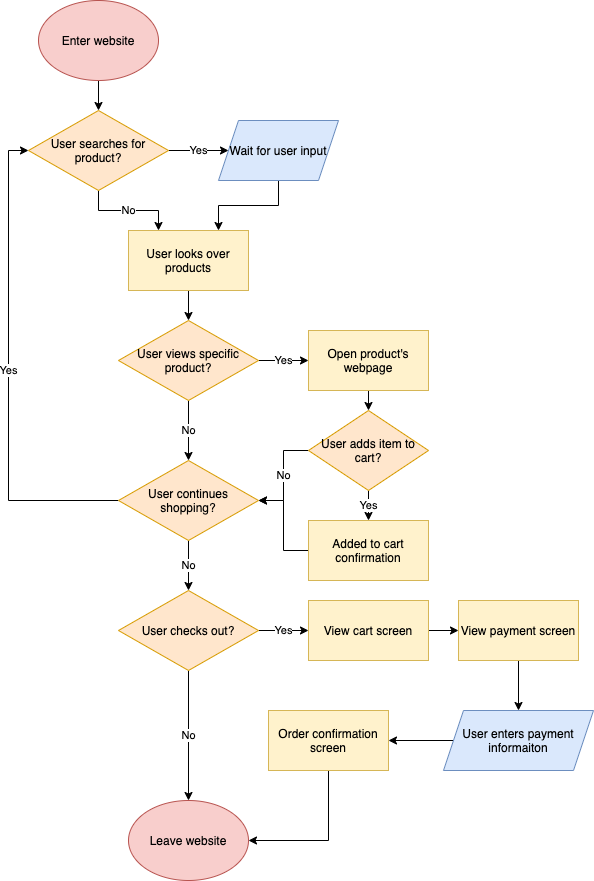
Earlier version of the draw.io export part2/part2.drawio.png (nwilliso/sp21-cse110-lab4). Source tidied: cells renumbered, new cells last; positions are measured from the earlier drawing's top-left corner, leaving out a move shared by most shapes.
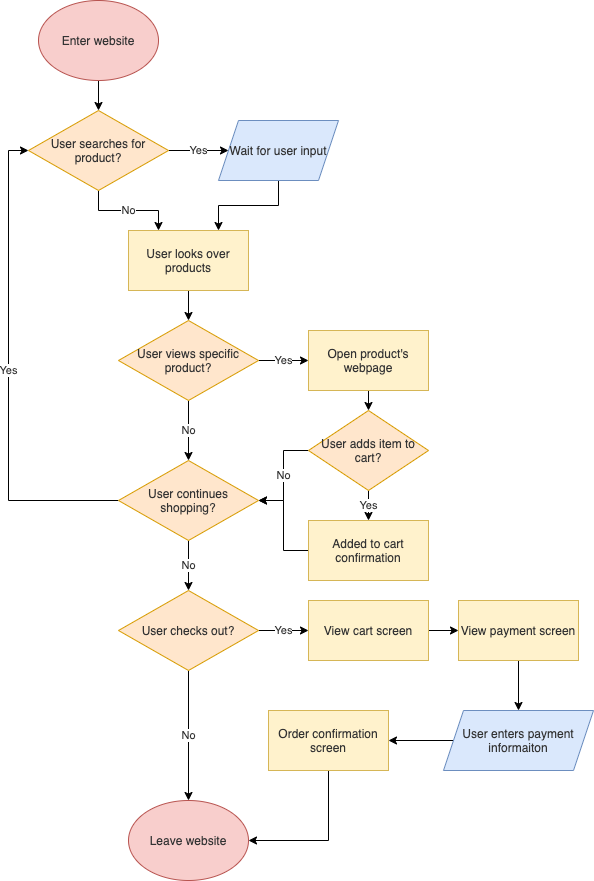
After the commit.

Commit message:
dark gray text

The edit, as a diff of the source:
```diff
@@ -2,106 +2,106 @@
   <root>
     <mxCell id="0" />
     <mxCell id="1" parent="0" />
-    <mxCell id="2" style="edgeStyle=orthogonalEdgeStyle;rounded=0;jettySize=auto;html=1;exitX=0.5;exitY=1;exitDx=0;exitDy=0;entryX=0.5;entryY=0;entryDx=0;entryDy=0;" parent="1" edge="1" source="3" target="6">
+    <mxCell id="2" style="edgeStyle=orthogonalEdgeStyle;rounded=0;jettySize=auto;html=1;exitX=0.5;exitY=1;exitDx=0;exitDy=0;entryX=0.5;entryY=0;entryDx=0;entryDy=0;fontColor=#333333;" parent="1" edge="1" source="3" target="6">
       <mxGeometry relative="1" as="geometry" />
     </mxCell>
-    <mxCell id="3" value="&lt;font color=&quot;#000000&quot;&gt;Enter website&lt;/font&gt;" style="ellipse;whiteSpace=wrap;html=1;fillColor=#f8cecc;strokeColor=#b85450;" parent="1" vertex="1">
+    <mxCell id="3" value="&lt;font&gt;Enter website&lt;/font&gt;" style="ellipse;whiteSpace=wrap;html=1;fillColor=#f8cecc;strokeColor=#b85450;fontColor=#333333;" parent="1" vertex="1">
       <mxGeometry x="10" width="120" height="80" as="geometry" />
     </mxCell>
-    <mxCell id="4" value="Yes" style="edgeStyle=orthogonalEdgeStyle;rounded=0;jettySize=auto;html=1;exitX=1;exitY=0.5;exitDx=0;exitDy=0;entryX=0;entryY=0.5;entryDx=0;entryDy=0;fontColor=#000000;" parent="1" edge="1" source="6" target="8">
+    <mxCell id="4" value="Yes" style="edgeStyle=orthogonalEdgeStyle;rounded=0;jettySize=auto;html=1;exitX=1;exitY=0.5;exitDx=0;exitDy=0;entryX=0;entryY=0.5;entryDx=0;entryDy=0;fontColor=#333333;" parent="1" edge="1" source="6" target="8">
       <mxGeometry relative="1" as="geometry" />
     </mxCell>
-    <mxCell id="5" value="&lt;font&gt;No&lt;/font&gt;" style="edgeStyle=orthogonalEdgeStyle;rounded=0;jettySize=auto;html=1;exitX=0.5;exitY=1;exitDx=0;exitDy=0;entryX=0.25;entryY=0;entryDx=0;entryDy=0;fontColor=#000000;" parent="1" edge="1" source="6" target="10">
+    <mxCell id="5" value="&lt;font&gt;No&lt;/font&gt;" style="edgeStyle=orthogonalEdgeStyle;rounded=0;jettySize=auto;html=1;exitX=0.5;exitY=1;exitDx=0;exitDy=0;entryX=0.25;entryY=0;entryDx=0;entryDy=0;fontColor=#333333;" parent="1" edge="1" source="6" target="10">
       <mxGeometry relative="1" as="geometry" />
     </mxCell>
-    <mxCell id="6" value="&lt;font color=&quot;#000000&quot;&gt;User searches for product?&lt;/font&gt;" style="rhombus;whiteSpace=wrap;html=1;fillColor=#ffe6cc;strokeColor=#d79b00;" parent="1" vertex="1">
+    <mxCell id="6" value="&lt;font&gt;User searches for product?&lt;/font&gt;" style="rhombus;whiteSpace=wrap;html=1;fillColor=#ffe6cc;strokeColor=#d79b00;fontColor=#333333;" parent="1" vertex="1">
       <mxGeometry y="110" width="140" height="80" as="geometry" />
     </mxCell>
-    <mxCell id="7" style="edgeStyle=orthogonalEdgeStyle;rounded=0;jettySize=auto;html=1;exitX=0.5;exitY=1;exitDx=0;exitDy=0;entryX=0.75;entryY=0;entryDx=0;entryDy=0;fontColor=#000000;" parent="1" edge="1" source="8" target="10">
+    <mxCell id="7" style="edgeStyle=orthogonalEdgeStyle;rounded=0;jettySize=auto;html=1;exitX=0.5;exitY=1;exitDx=0;exitDy=0;entryX=0.75;entryY=0;entryDx=0;entryDy=0;fontColor=#333333;" parent="1" edge="1" source="8" target="10">
       <mxGeometry relative="1" as="geometry" />
     </mxCell>
-    <mxCell id="8" value="Wait for user input" style="shape=parallelogram;perimeter=parallelogramPerimeter;whiteSpace=wrap;html=1;fixedSize=1;fillColor=#dae8fc;strokeColor=#6c8ebf;fontColor=#000000;" parent="1" vertex="1">
+    <mxCell id="8" value="Wait for user input" style="shape=parallelogram;perimeter=parallelogramPerimeter;whiteSpace=wrap;html=1;fixedSize=1;fillColor=#dae8fc;strokeColor=#6c8ebf;fontColor=#333333;" parent="1" vertex="1">
       <mxGeometry x="190" y="120" width="120" height="60" as="geometry" />
     </mxCell>
-    <mxCell id="9" style="edgeStyle=orthogonalEdgeStyle;rounded=0;jettySize=auto;html=1;exitX=0.5;exitY=1;exitDx=0;exitDy=0;entryX=0.5;entryY=0;entryDx=0;entryDy=0;fontColor=#000000;" parent="1" edge="1" source="10" target="13">
+    <mxCell id="9" style="edgeStyle=orthogonalEdgeStyle;rounded=0;jettySize=auto;html=1;exitX=0.5;exitY=1;exitDx=0;exitDy=0;entryX=0.5;entryY=0;entryDx=0;entryDy=0;fontColor=#333333;" parent="1" edge="1" source="10" target="13">
       <mxGeometry relative="1" as="geometry" />
     </mxCell>
-    <mxCell id="10" value="User looks over products" style="rounded=0;whiteSpace=wrap;html=1;fillColor=#fff2cc;strokeColor=#d6b656;fontColor=#000000;" parent="1" vertex="1">
+    <mxCell id="10" value="User looks over products" style="rounded=0;whiteSpace=wrap;html=1;fillColor=#fff2cc;strokeColor=#d6b656;fontColor=#333333;" parent="1" vertex="1">
       <mxGeometry x="100" y="230" width="120" height="60" as="geometry" />
     </mxCell>
-    <mxCell id="11" value="&lt;font&gt;Yes&lt;/font&gt;" style="edgeStyle=orthogonalEdgeStyle;rounded=0;jettySize=auto;html=1;exitX=1;exitY=0.5;exitDx=0;exitDy=0;entryX=0;entryY=0.5;entryDx=0;entryDy=0;fontColor=#000000;" parent="1" edge="1" source="13" target="15">
+    <mxCell id="11" value="&lt;font&gt;Yes&lt;/font&gt;" style="edgeStyle=orthogonalEdgeStyle;rounded=0;jettySize=auto;html=1;exitX=1;exitY=0.5;exitDx=0;exitDy=0;entryX=0;entryY=0.5;entryDx=0;entryDy=0;fontColor=#333333;" parent="1" edge="1" source="13" target="15">
       <mxGeometry relative="1" as="geometry" />
     </mxCell>
-    <mxCell id="12" value="&lt;font&gt;No&lt;/font&gt;" style="edgeStyle=orthogonalEdgeStyle;rounded=0;jettySize=auto;html=1;exitX=0.5;exitY=1;exitDx=0;exitDy=0;entryX=0.5;entryY=0;entryDx=0;entryDy=0;fontColor=#000000;" parent="1" edge="1" source="13" target="23">
+    <mxCell id="12" value="&lt;font&gt;No&lt;/font&gt;" style="edgeStyle=orthogonalEdgeStyle;rounded=0;jettySize=auto;html=1;exitX=0.5;exitY=1;exitDx=0;exitDy=0;entryX=0.5;entryY=0;entryDx=0;entryDy=0;fontColor=#333333;" parent="1" edge="1" source="13" target="23">
       <mxGeometry relative="1" as="geometry" />
     </mxCell>
-    <mxCell id="13" value="User views specific product?" style="rhombus;whiteSpace=wrap;html=1;fillColor=#ffe6cc;strokeColor=#d79b00;fontColor=#000000;" parent="1" vertex="1">
+    <mxCell id="13" value="User views specific product?" style="rhombus;whiteSpace=wrap;html=1;fillColor=#ffe6cc;strokeColor=#d79b00;fontColor=#333333;" parent="1" vertex="1">
       <mxGeometry x="90" y="320" width="140" height="80" as="geometry" />
     </mxCell>
-    <mxCell id="14" style="edgeStyle=orthogonalEdgeStyle;rounded=0;jettySize=auto;html=1;exitX=0.5;exitY=1;exitDx=0;exitDy=0;entryX=0.5;entryY=0;entryDx=0;entryDy=0;fontColor=#000000;" parent="1" edge="1" source="15" target="18">
+    <mxCell id="14" style="edgeStyle=orthogonalEdgeStyle;rounded=0;jettySize=auto;html=1;exitX=0.5;exitY=1;exitDx=0;exitDy=0;entryX=0.5;entryY=0;entryDx=0;entryDy=0;fontColor=#333333;" parent="1" edge="1" source="15" target="18">
       <mxGeometry relative="1" as="geometry" />
     </mxCell>
-    <mxCell id="15" value="&lt;font color=&quot;#000000&quot;&gt;Open product's webpage&lt;/font&gt;" style="rounded=0;whiteSpace=wrap;html=1;fillColor=#fff2cc;strokeColor=#d6b656;" parent="1" vertex="1">
+    <mxCell id="15" value="&lt;font&gt;Open product's webpage&lt;/font&gt;" style="rounded=0;whiteSpace=wrap;html=1;fillColor=#fff2cc;strokeColor=#d6b656;fontColor=#333333;" parent="1" vertex="1">
       <mxGeometry x="280" y="330" width="120" height="60" as="geometry" />
     </mxCell>
-    <mxCell id="16" value="&lt;font&gt;Yes&lt;/font&gt;" style="edgeStyle=orthogonalEdgeStyle;rounded=0;jettySize=auto;html=1;exitX=0.5;exitY=1;exitDx=0;exitDy=0;entryX=0.5;entryY=0;entryDx=0;entryDy=0;fontColor=#000000;" parent="1" edge="1" source="18" target="20">
+    <mxCell id="16" value="&lt;font&gt;Yes&lt;/font&gt;" style="edgeStyle=orthogonalEdgeStyle;rounded=0;jettySize=auto;html=1;exitX=0.5;exitY=1;exitDx=0;exitDy=0;entryX=0.5;entryY=0;entryDx=0;entryDy=0;fontColor=#333333;" parent="1" edge="1" source="18" target="20">
       <mxGeometry relative="1" as="geometry" />
     </mxCell>
-    <mxCell id="17" value="&lt;font&gt;No&lt;/font&gt;" style="edgeStyle=orthogonalEdgeStyle;rounded=0;jettySize=auto;html=1;exitX=0;exitY=0.5;exitDx=0;exitDy=0;entryX=1;entryY=0.5;entryDx=0;entryDy=0;fontColor=#000000;" parent="1" edge="1" source="18" target="23">
+    <mxCell id="17" value="&lt;font&gt;No&lt;/font&gt;" style="edgeStyle=orthogonalEdgeStyle;rounded=0;jettySize=auto;html=1;exitX=0;exitY=0.5;exitDx=0;exitDy=0;entryX=1;entryY=0.5;entryDx=0;entryDy=0;fontColor=#333333;" parent="1" edge="1" source="18" target="23">
       <mxGeometry relative="1" as="geometry" />
     </mxCell>
-    <mxCell id="18" value="&lt;font color=&quot;#000000&quot;&gt;User adds item to cart?&lt;/font&gt;" style="rhombus;whiteSpace=wrap;html=1;fillColor=#ffe6cc;strokeColor=#d79b00;" parent="1" vertex="1">
+    <mxCell id="18" value="&lt;font&gt;User adds item to cart?&lt;/font&gt;" style="rhombus;whiteSpace=wrap;html=1;fillColor=#ffe6cc;strokeColor=#d79b00;fontColor=#333333;" parent="1" vertex="1">
       <mxGeometry x="280" y="410" width="120" height="80" as="geometry" />
     </mxCell>
-    <mxCell id="19" style="edgeStyle=orthogonalEdgeStyle;rounded=0;jettySize=auto;html=1;exitX=0;exitY=0.5;exitDx=0;exitDy=0;entryX=1;entryY=0.5;entryDx=0;entryDy=0;fontColor=#000000;" parent="1" edge="1" source="20" target="23">
+    <mxCell id="19" style="edgeStyle=orthogonalEdgeStyle;rounded=0;jettySize=auto;html=1;exitX=0;exitY=0.5;exitDx=0;exitDy=0;entryX=1;entryY=0.5;entryDx=0;entryDy=0;fontColor=#333333;" parent="1" edge="1" source="20" target="23">
       <mxGeometry relative="1" as="geometry" />
     </mxCell>
-    <mxCell id="20" value="&lt;font color=&quot;#000000&quot;&gt;Added to cart confirmation&lt;/font&gt;" style="rounded=0;whiteSpace=wrap;html=1;fillColor=#fff2cc;strokeColor=#d6b656;" parent="1" vertex="1">
+    <mxCell id="20" value="&lt;font&gt;Added to cart confirmation&lt;/font&gt;" style="rounded=0;whiteSpace=wrap;html=1;fillColor=#fff2cc;strokeColor=#d6b656;fontColor=#333333;" parent="1" vertex="1">
       <mxGeometry x="280" y="520" width="120" height="60" as="geometry" />
     </mxCell>
-    <mxCell id="21" value="&lt;font&gt;Yes&lt;/font&gt;" style="edgeStyle=orthogonalEdgeStyle;rounded=0;jettySize=auto;html=1;exitX=0;exitY=0.5;exitDx=0;exitDy=0;entryX=0;entryY=0.5;entryDx=0;entryDy=0;fontColor=#000000;" parent="1" edge="1" source="23" target="6">
+    <mxCell id="21" value="&lt;font&gt;Yes&lt;/font&gt;" style="edgeStyle=orthogonalEdgeStyle;rounded=0;jettySize=auto;html=1;exitX=0;exitY=0.5;exitDx=0;exitDy=0;entryX=0;entryY=0.5;entryDx=0;entryDy=0;fontColor=#333333;" parent="1" edge="1" source="23" target="6">
       <mxGeometry relative="1" as="geometry" />
     </mxCell>
-    <mxCell id="22" value="&lt;font&gt;No&lt;/font&gt;" style="edgeStyle=orthogonalEdgeStyle;rounded=0;jettySize=auto;html=1;exitX=0.5;exitY=1;exitDx=0;exitDy=0;entryX=0.5;entryY=0;entryDx=0;entryDy=0;fontColor=#000000;" parent="1" edge="1" source="23" target="26">
+    <mxCell id="22" value="&lt;font&gt;No&lt;/font&gt;" style="edgeStyle=orthogonalEdgeStyle;rounded=0;jettySize=auto;html=1;exitX=0.5;exitY=1;exitDx=0;exitDy=0;entryX=0.5;entryY=0;entryDx=0;entryDy=0;fontColor=#333333;" parent="1" edge="1" source="23" target="26">
       <mxGeometry relative="1" as="geometry" />
     </mxCell>
-    <mxCell id="23" value="&lt;font color=&quot;#000000&quot;&gt;User continues shopping?&lt;/font&gt;" style="rhombus;whiteSpace=wrap;html=1;fillColor=#ffe6cc;strokeColor=#d79b00;" parent="1" vertex="1">
+    <mxCell id="23" value="&lt;font&gt;User continues shopping?&lt;/font&gt;" style="rhombus;whiteSpace=wrap;html=1;fillColor=#ffe6cc;strokeColor=#d79b00;fontColor=#333333;" parent="1" vertex="1">
       <mxGeometry x="90" y="460" width="140" height="80" as="geometry" />
     </mxCell>
-    <mxCell id="24" value="&lt;font&gt;No&lt;/font&gt;" style="edgeStyle=orthogonalEdgeStyle;rounded=0;jettySize=auto;html=1;exitX=0.5;exitY=1;exitDx=0;exitDy=0;fontColor=#000000;" parent="1" edge="1" source="26" target="27">
+    <mxCell id="24" value="&lt;font&gt;No&lt;/font&gt;" style="edgeStyle=orthogonalEdgeStyle;rounded=0;jettySize=auto;html=1;exitX=0.5;exitY=1;exitDx=0;exitDy=0;fontColor=#333333;" parent="1" edge="1" source="26" target="27">
       <mxGeometry relative="1" as="geometry" />
     </mxCell>
-    <mxCell id="25" value="&lt;font&gt;Yes&lt;/font&gt;" style="edgeStyle=orthogonalEdgeStyle;rounded=0;jettySize=auto;html=1;exitX=1;exitY=0.5;exitDx=0;exitDy=0;entryX=0;entryY=0.5;entryDx=0;entryDy=0;fontColor=#000000;" parent="1" edge="1" source="26" target="29">
+    <mxCell id="25" value="&lt;font&gt;Yes&lt;/font&gt;" style="edgeStyle=orthogonalEdgeStyle;rounded=0;jettySize=auto;html=1;exitX=1;exitY=0.5;exitDx=0;exitDy=0;entryX=0;entryY=0.5;entryDx=0;entryDy=0;fontColor=#333333;" parent="1" edge="1" source="26" target="29">
       <mxGeometry relative="1" as="geometry" />
     </mxCell>
-    <mxCell id="26" value="User checks out?" style="rhombus;whiteSpace=wrap;html=1;fillColor=#ffe6cc;strokeColor=#d79b00;fontColor=#000000;" parent="1" vertex="1">
+    <mxCell id="26" value="User checks out?" style="rhombus;whiteSpace=wrap;html=1;fillColor=#ffe6cc;strokeColor=#d79b00;fontColor=#333333;" parent="1" vertex="1">
       <mxGeometry x="90" y="590" width="140" height="80" as="geometry" />
     </mxCell>
-    <mxCell id="27" value="&lt;font color=&quot;#000000&quot;&gt;Leave website&lt;/font&gt;" style="ellipse;whiteSpace=wrap;html=1;fillColor=#f8cecc;strokeColor=#b85450;" parent="1" vertex="1">
+    <mxCell id="27" value="&lt;font&gt;Leave website&lt;/font&gt;" style="ellipse;whiteSpace=wrap;html=1;fillColor=#f8cecc;strokeColor=#b85450;fontColor=#333333;" parent="1" vertex="1">
       <mxGeometry x="100" y="800" width="120" height="80" as="geometry" />
     </mxCell>
-    <mxCell id="28" style="edgeStyle=orthogonalEdgeStyle;rounded=0;jettySize=auto;html=1;exitX=1;exitY=0.5;exitDx=0;exitDy=0;entryX=0;entryY=0.5;entryDx=0;entryDy=0;fontColor=#000000;" parent="1" edge="1" source="29" target="31">
+    <mxCell id="28" style="edgeStyle=orthogonalEdgeStyle;rounded=0;jettySize=auto;html=1;exitX=1;exitY=0.5;exitDx=0;exitDy=0;entryX=0;entryY=0.5;entryDx=0;entryDy=0;fontColor=#333333;" parent="1" edge="1" source="29" target="31">
       <mxGeometry relative="1" as="geometry" />
     </mxCell>
-    <mxCell id="29" value="&lt;font color=&quot;#000000&quot;&gt;View cart screen&lt;/font&gt;" style="rounded=0;whiteSpace=wrap;html=1;fillColor=#fff2cc;strokeColor=#d6b656;" parent="1" vertex="1">
+    <mxCell id="29" value="&lt;font&gt;View cart screen&lt;/font&gt;" style="rounded=0;whiteSpace=wrap;html=1;fillColor=#fff2cc;strokeColor=#d6b656;fontColor=#333333;" parent="1" vertex="1">
       <mxGeometry x="280" y="600" width="120" height="60" as="geometry" />
     </mxCell>
-    <mxCell id="30" style="edgeStyle=orthogonalEdgeStyle;rounded=0;jettySize=auto;html=1;exitX=0.5;exitY=1;exitDx=0;exitDy=0;entryX=0.5;entryY=0;entryDx=0;entryDy=0;fontColor=#000000;" parent="1" edge="1" source="31" target="35">
+    <mxCell id="30" style="edgeStyle=orthogonalEdgeStyle;rounded=0;jettySize=auto;html=1;exitX=0.5;exitY=1;exitDx=0;exitDy=0;entryX=0.5;entryY=0;entryDx=0;entryDy=0;fontColor=#333333;" parent="1" edge="1" source="31" target="35">
       <mxGeometry relative="1" as="geometry" />
     </mxCell>
-    <mxCell id="31" value="View payment screen" style="rounded=0;whiteSpace=wrap;html=1;fillColor=#fff2cc;strokeColor=#d6b656;fontColor=#000000;" parent="1" vertex="1">
+    <mxCell id="31" value="View payment screen" style="rounded=0;whiteSpace=wrap;html=1;fillColor=#fff2cc;strokeColor=#d6b656;fontColor=#333333;" parent="1" vertex="1">
       <mxGeometry x="430" y="600" width="120" height="60" as="geometry" />
     </mxCell>
-    <mxCell id="32" style="edgeStyle=orthogonalEdgeStyle;rounded=0;jettySize=auto;html=1;exitX=0.5;exitY=1;exitDx=0;exitDy=0;entryX=1;entryY=0.5;entryDx=0;entryDy=0;fontColor=#000000;" parent="1" edge="1" source="33" target="27">
+    <mxCell id="32" style="edgeStyle=orthogonalEdgeStyle;rounded=0;jettySize=auto;html=1;exitX=0.5;exitY=1;exitDx=0;exitDy=0;entryX=1;entryY=0.5;entryDx=0;entryDy=0;fontColor=#333333;" parent="1" edge="1" source="33" target="27">
       <mxGeometry relative="1" as="geometry" />
     </mxCell>
-    <mxCell id="33" value="Order confirmation screen" style="rounded=0;whiteSpace=wrap;html=1;fillColor=#fff2cc;strokeColor=#d6b656;fontColor=#000000;" parent="1" vertex="1">
+    <mxCell id="33" value="Order confirmation screen" style="rounded=0;whiteSpace=wrap;html=1;fillColor=#fff2cc;strokeColor=#d6b656;fontColor=#333333;" parent="1" vertex="1">
       <mxGeometry x="240" y="710" width="120" height="60" as="geometry" />
     </mxCell>
-    <mxCell id="34" style="edgeStyle=orthogonalEdgeStyle;rounded=0;jettySize=auto;html=1;exitX=0;exitY=0.5;exitDx=0;exitDy=0;entryX=1;entryY=0.5;entryDx=0;entryDy=0;fontColor=#000000;" parent="1" edge="1" source="35" target="33">
+    <mxCell id="34" style="edgeStyle=orthogonalEdgeStyle;rounded=0;jettySize=auto;html=1;exitX=0;exitY=0.5;exitDx=0;exitDy=0;entryX=1;entryY=0.5;entryDx=0;entryDy=0;fontColor=#333333;" parent="1" edge="1" source="35" target="33">
       <mxGeometry relative="1" as="geometry" />
     </mxCell>
-    <mxCell id="35" value="User enters payment informaiton" style="shape=parallelogram;perimeter=parallelogramPerimeter;whiteSpace=wrap;html=1;fixedSize=1;fillColor=#dae8fc;strokeColor=#6c8ebf;fontColor=#000000;" parent="1" vertex="1">
+    <mxCell id="35" value="User enters payment informaiton" style="shape=parallelogram;perimeter=parallelogramPerimeter;whiteSpace=wrap;html=1;fixedSize=1;fillColor=#dae8fc;strokeColor=#6c8ebf;fontColor=#333333;" parent="1" vertex="1">
       <mxGeometry x="415" y="710" width="150" height="60" as="geometry" />
     </mxCell>
   </root>
```
